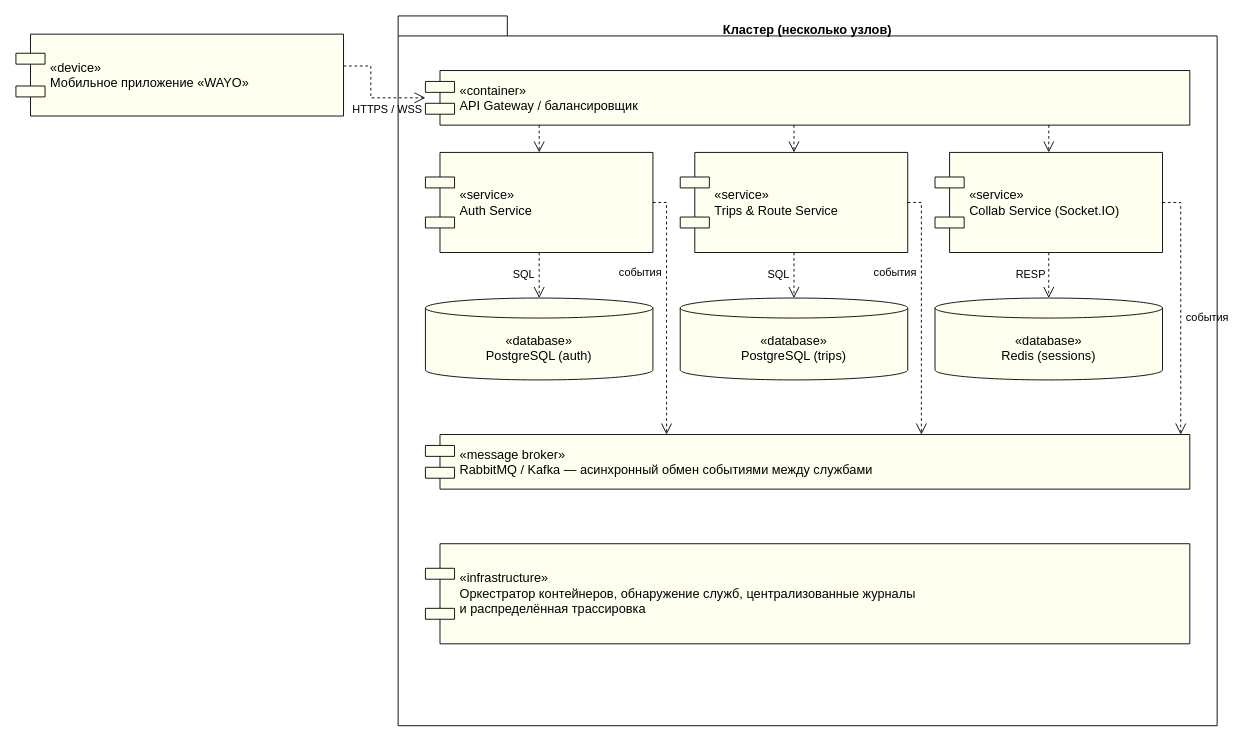
Earlier version of the draw.io diagram page "5. Вариант 3 — микросервисы" (5 of 5) of docs/Архитектура системы.drawio (crockshine/wayo). Source tidied: cells renumbered, new cells numbered last; positions are measured from the earlier drawing's top-left corner, leaving out a move shared by most shapes. Both pictures are drawn from the tidied source at 91%, with x=0, y=0 at pixel (15, 15).
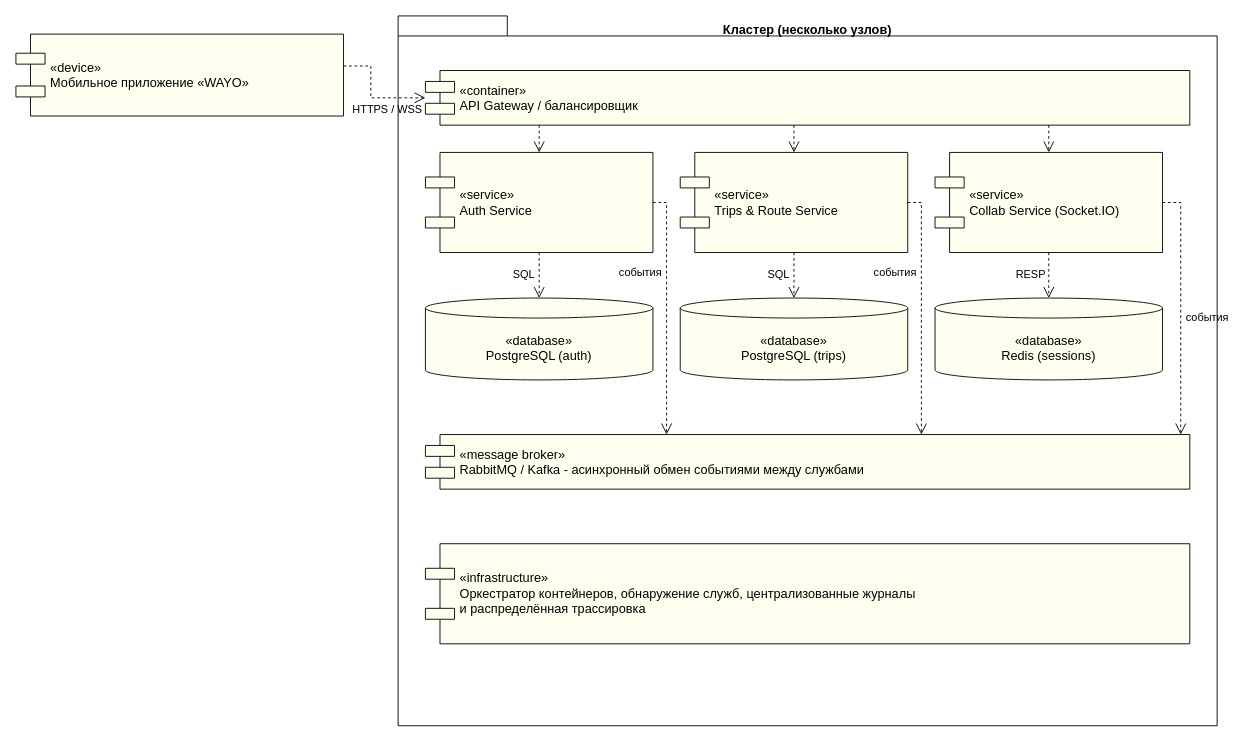
Above is the later version.

Change to the diagram source:
```diff
@@
-    <mxCell id="11" value="«message broker»&#10;RabbitMQ / Kafka — асинхронный обмен событиями между службами" style="shape=component;align=left;spacingLeft=36;whiteSpace=wrap;html=1;fillColor=#FFFFF0;strokeColor=#000000;fontSize=14;fontFamily=Helvetica;" parent="1" vertex="1">
+    <mxCell id="11" value="«message broker»&#10;RabbitMQ / Kafka - асинхронный обмен событиями между службами" style="shape=component;align=left;spacingLeft=36;whiteSpace=wrap;html=1;fillColor=#FFFFF0;strokeColor=#000000;fontSize=14;fontFamily=Helvetica;" parent="1" vertex="1">
       <mxGeometry x="450" y="460" width="840" height="60" as="geometry" />
     </mxCell>
```
